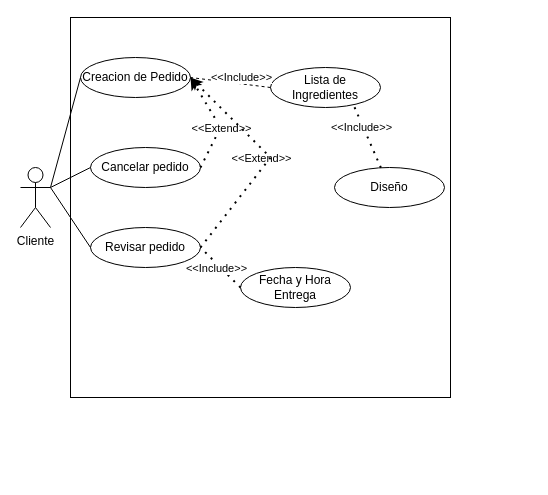
jorgeortizcastillo2020-hue/MSI_JJ_PARADIGMA4-1_IEC_N2_C1 keeps this draw.io diagram as Diagrama de Caso de Uso (Cliente).drawio. Above is the earlier version. Source tidied: cells renumbered, new cells numbered last; positions are measured from the earlier drawing's top-left corner, leaving out a move shared by most shapes. Both pictures are drawn from the tidied source at 100%, with x=0, y=0 at pixel (20, 17).
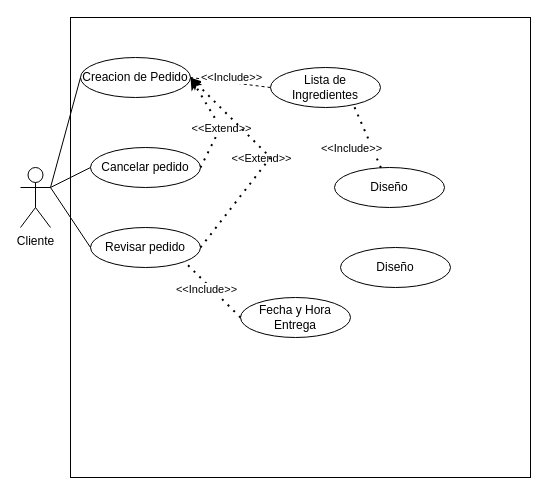
The same diagram, later.

Unchanged cells that the change refers to:
```xml
<mxCell id="5" value="Revisar pedido" style="ellipse;whiteSpace=wrap;html=1;shapeInside=1;" parent="1" vertex="1">
  <mxGeometry x="70" y="210" width="110" height="40" as="geometry" />
</mxCell>
```

What changed in the source:
```diff
@@
     <mxCell id="3" style="whiteSpace=wrap;html=1;" parent="1" vertex="1">
-      <mxGeometry x="50" width="380" height="380" as="geometry" />
+      <mxGeometry x="50" width="460" height="460" as="geometry" />
     </mxCell>
@@
     <mxCell id="8" value="Fecha y Hora Entrega" style="ellipse;whiteSpace=wrap;html=1;shapeInside=1;" parent="1" vertex="1">
-      <mxGeometry x="220" y="250" width="110" height="40" as="geometry" />
+      <mxGeometry x="220" y="280" width="110" height="40" as="geometry" />
     </mxCell>
@@
-    <mxCell id="19" style="endArrow=none;dashed=1;html=1;dashPattern=1 3;strokeWidth=2;rounded=0;defaultLabelBackgroundColor=page;entryX=1;entryY=0.5;entryDx=0;entryDy=0;exitX=0;exitY=0.5;exitDx=0;exitDy=0;" parent="1" edge="1" source="8" target="5">
+    <mxCell id="19" style="endArrow=none;dashed=1;html=1;dashPattern=1 3;strokeWidth=2;rounded=0;defaultLabelBackgroundColor=page;entryX=1;entryY=1;entryDx=0;entryDy=0;exitX=0;exitY=0.5;exitDx=0;exitDy=0;" parent="1" edge="1" source="8" target="5">
       <mxGeometry relative="1" as="geometry" />
     </mxCell>
@@
     <mxCell id="22" value="&amp;lt;&amp;lt;Include&amp;gt;&amp;gt;" style="edgeLabel;html=1;align=center;verticalAlign=middle;inheritText=1;defaultLabelBackgroundColor=page;" parent="19" vertex="1">
       <mxGeometry x="0.1" y="4" relative="1" as="geometry">
-        <mxPoint x="25" y="-191" as="offset" />
+        <mxPoint x="25" y="-212" as="offset" />
       </mxGeometry>
     </mxCell>
+    <mxCell id="23" value="Diseño" style="ellipse;whiteSpace=wrap;html=1;shapeInside=1;" parent="1" vertex="1">
+      <mxGeometry x="320" y="230" width="110" height="40" as="geometry" />
+    </mxCell>
```
